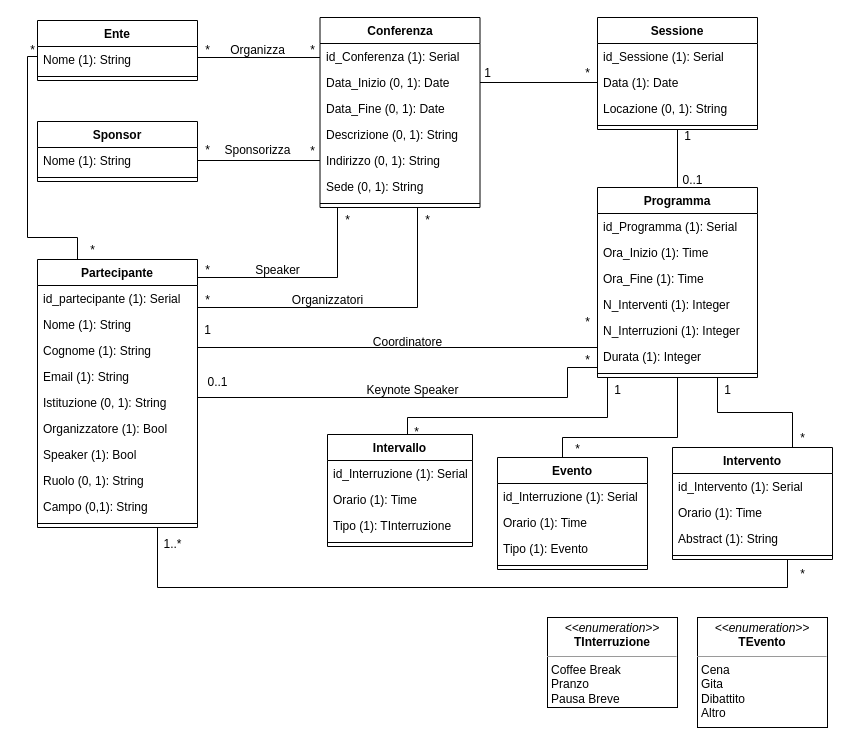
Earlier version of the draw.io diagram page "DiagrammaRistrutturato" (2 of 3) of UML-DB/Conferenze.drawio (LeoCucurachi/GestioneConferenze). Source tidied: cells renumbered, new cells numbered last; positions are measured from the earlier drawing's top-left corner, leaving out a move shared by most shapes. Both pictures are drawn from the tidied source at 100%, with x=0, y=0 at pixel (17, 17).
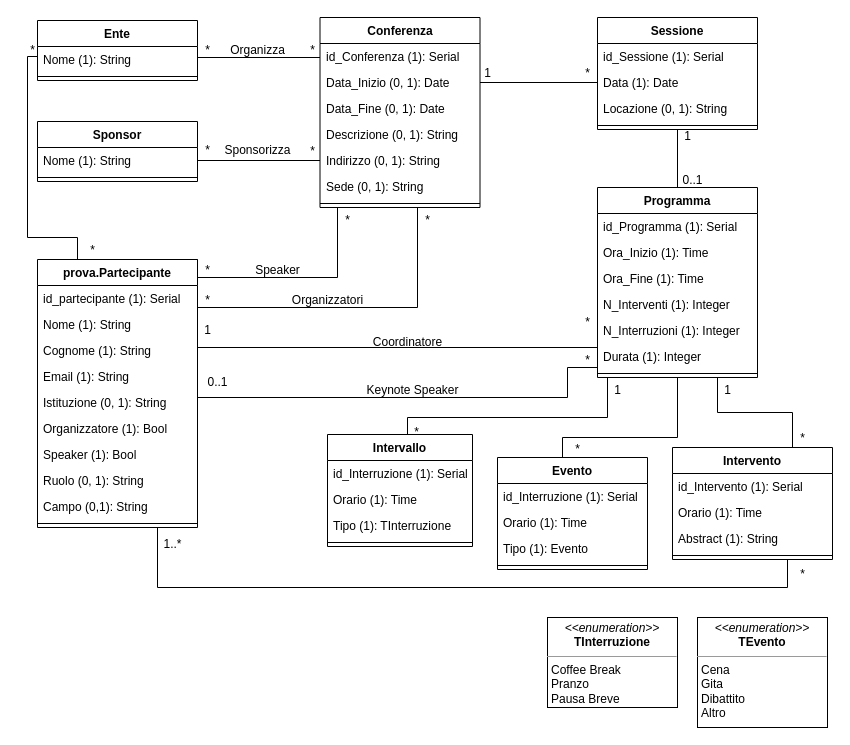
The same diagram, later.

Commit message (it also covers changes not shown here):
Added Partecipante and PartecipanteDAO classes, tested in Main.

The edit, as a diff of the source:
```diff
@@
-    <mxCell id="16" value="Partecipante" style="swimlane;fontStyle=1;align=center;verticalAlign=top;horizontal=1;startSize=26;whiteSpace=wrap;html=1;" parent="1" vertex="1">
+    <mxCell id="16" value="prova.Partecipante" style="swimlane;fontStyle=1;align=center;verticalAlign=top;horizontal=1;startSize=26;whiteSpace=wrap;html=1;" parent="1" vertex="1">
       <mxGeometry x="20" y="242" width="160" height="268" as="geometry" />
     </mxCell>
```
